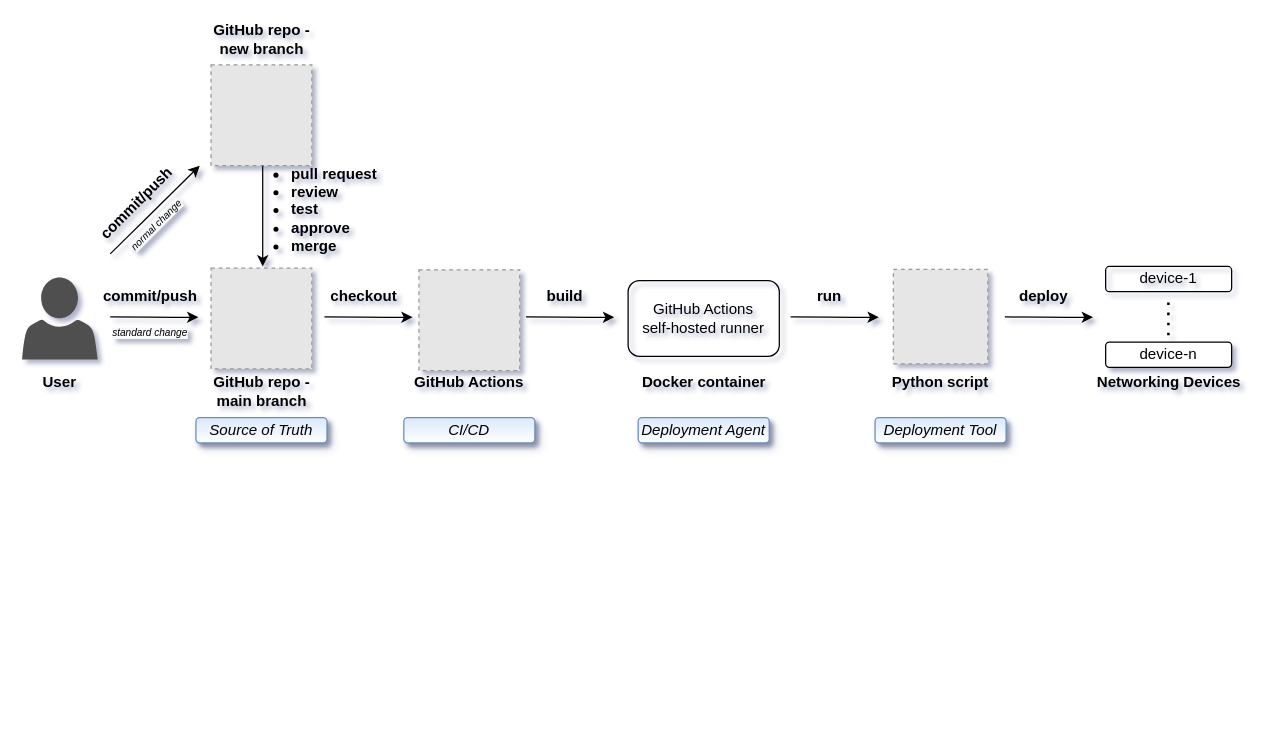
This is diagram-network-automation-github-actions.drawio from gdmoney/network-automation-github-actions, a draw.io file, before an edit. Source tidied: cells renumbered, new cells numbered last; positions are measured from the earlier drawing's top-left corner, leaving out a move shared by most shapes. Both pictures are drawn from the tidied source at 126%, with x=0, y=0 at pixel (21, 26). Pictures stored in the file or linked from it are replaced by grey dashed boxes.
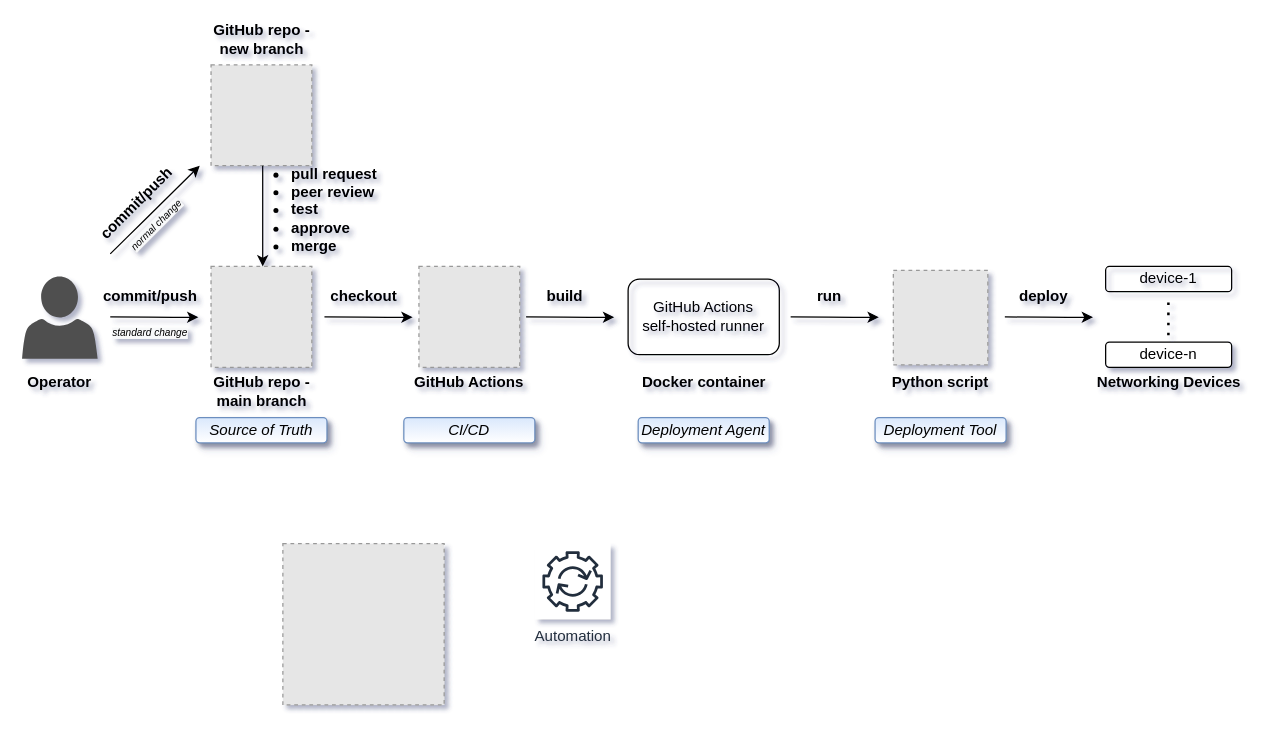
The same page after the edit.

What changed in the source:
```diff
@@
     <mxCell id="17" value="GitHub Actions&lt;br&gt;self-hosted runner" style="rounded=1;whiteSpace=wrap;html=1;fillColor=none;" parent="1" vertex="1">
-      <mxGeometry x="481" y="201.3" width="120" height="60" as="geometry" />
+      <mxGeometry x="481" y="200" width="120" height="60" as="geometry" />
     </mxCell>
@@
     <mxCell id="19" style="fillColor=#E6E6E6;strokeColor=#999999;dashed=1;html=1;verticalAlign=top;verticalLabelPosition=bottom;labelBackgroundColor=#ffffff;" parent="1" vertex="1">
-      <mxGeometry x="315" y="192.6" width="80" height="80" as="geometry" />
+      <mxGeometry x="315" y="190" width="80" height="80" as="geometry" />
     </mxCell>
@@
     <mxCell id="21" style="fillColor=#E6E6E6;strokeColor=#999999;dashed=1;html=1;verticalAlign=top;verticalLabelPosition=bottom;labelBackgroundColor=#ffffff;" parent="1" vertex="1">
-      <mxGeometry x="150" y="191.3" width="80" height="80" as="geometry" />
+      <mxGeometry x="150" y="190" width="80" height="80" as="geometry" />
     </mxCell>
@@
     <mxCell id="23" style="shadow=0;dashed=0;html=1;strokeColor=none;fillColor=#505050;labelPosition=center;verticalLabelPosition=bottom;verticalAlign=top;align=center;shape=mxgraph.office.users.user;" parent="1" vertex="1">
-      <mxGeometry y="198.7" width="60" height="65.2" as="geometry" />
+      <mxGeometry y="198" width="60" height="65.2" as="geometry" />
     </mxCell>
-    <mxCell id="24" value="&lt;b&gt;User&lt;/b&gt;" style="text;html=1;strokeColor=none;fillColor=none;align=center;verticalAlign=middle;whiteSpace=wrap;rounded=0;" parent="1" vertex="1">
+    <mxCell id="24" value="&lt;b&gt;Operator&lt;/b&gt;" style="text;html=1;strokeColor=none;fillColor=none;align=center;verticalAlign=middle;whiteSpace=wrap;rounded=0;" parent="1" vertex="1">
       <mxGeometry x="10" y="272" width="40" height="20" as="geometry" />
     </mxCell>
@@
-    <mxCell id="28" value="&lt;ul&gt;&lt;li&gt;&lt;b&gt;pull request&lt;/b&gt;&lt;/li&gt;&lt;li&gt;&lt;b&gt;review&lt;/b&gt;&lt;/li&gt;&lt;li&gt;&lt;b&gt;test&lt;/b&gt;&lt;/li&gt;&lt;li&gt;&lt;b&gt;approve&lt;/b&gt;&lt;/li&gt;&lt;li&gt;&lt;b&gt;merge&lt;/b&gt;&lt;/li&gt;&lt;/ul&gt;" style="text;html=1;strokeColor=none;fillColor=none;align=left;verticalAlign=middle;whiteSpace=wrap;rounded=0;" parent="1" vertex="1">
+    <mxCell id="28" value="&lt;ul&gt;&lt;li&gt;&lt;b&gt;pull request&lt;/b&gt;&lt;/li&gt;&lt;li&gt;&lt;b&gt;peer review&lt;/b&gt;&lt;/li&gt;&lt;li&gt;&lt;b&gt;test&lt;/b&gt;&lt;/li&gt;&lt;li&gt;&lt;b&gt;approve&lt;/b&gt;&lt;/li&gt;&lt;li&gt;&lt;b&gt;merge&lt;/b&gt;&lt;/li&gt;&lt;/ul&gt;" style="text;html=1;strokeColor=none;fillColor=none;align=left;verticalAlign=middle;whiteSpace=wrap;rounded=0;" parent="1" vertex="1">
       <mxGeometry x="172" y="110" width="140" height="70" as="geometry" />
     </mxCell>
@@
     <mxCell id="35" style="fillColor=#E6E6E6;strokeColor=#999999;dashed=1;html=1;verticalAlign=top;verticalLabelPosition=bottom;labelBackgroundColor=#ffffff;" parent="1" vertex="1">
-      <mxGeometry x="691.5" y="192.3" width="75" height="75" as="geometry" />
+      <mxGeometry x="691.5" y="193" width="75" height="75" as="geometry" />
     </mxCell>
@@
+    <mxCell id="38" style="fillColor=#E6E6E6;strokeColor=#999999;dashed=1;html=1;verticalAlign=top;verticalLabelPosition=bottom;labelBackgroundColor=#ffffff;" parent="1" vertex="1">
+      <mxGeometry x="207" y="410" width="128" height="128" as="geometry" />
+    </mxCell>
+    <mxCell id="39" value="Automation" style="fontColor=#232F3E;gradientColor=none;strokeColor=#232F3E;fillColor=#ffffff;dashed=0;verticalLabelPosition=bottom;verticalAlign=top;align=center;html=1;fontSize=12;fontStyle=0;shape=mxgraph.aws4.resourceIcon;resIcon=mxgraph.aws4.automation;" parent="1" vertex="1">
+      <mxGeometry x="407" y="410" width="60" height="60" as="geometry" />
+    </mxCell>
```
